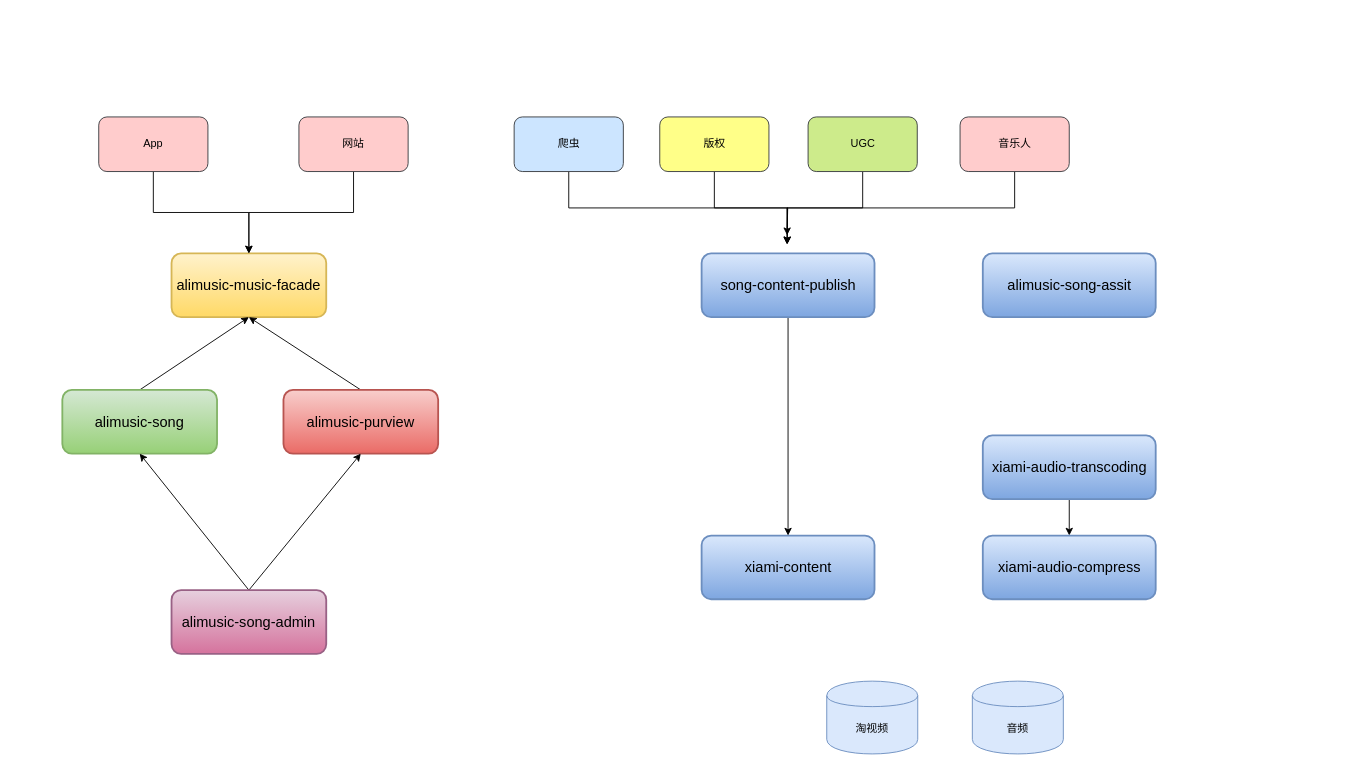
Before: 曲库全新架构.drawio in QuanCong/draw, a draw.io diagram. Source tidied: cells renumbered, new cells numbered last; positions are measured from the earlier drawing's top-left corner, leaving out a move shared by most shapes. Both pictures are drawn from the tidied source at 91%, with x=0, y=0 at pixel (62, 116).
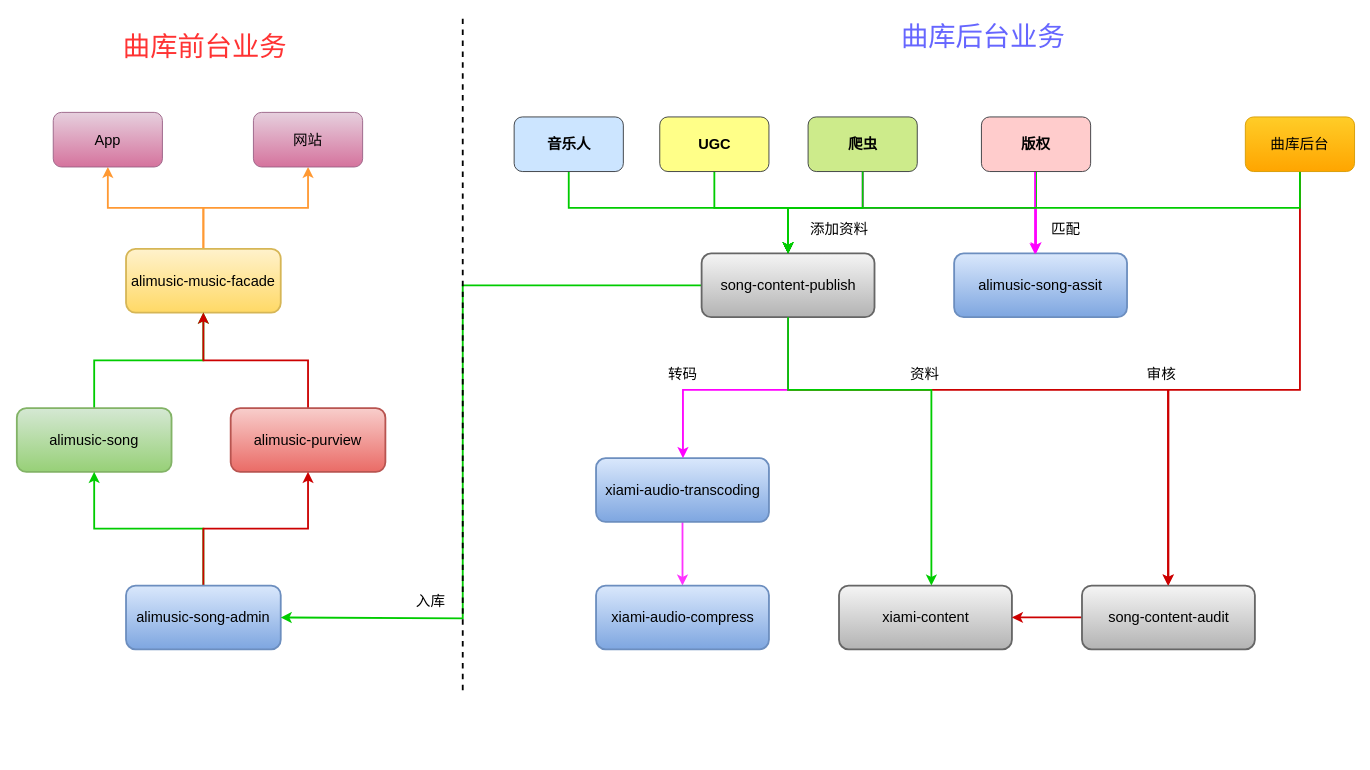
Above is the later version.

Commit message:
Update 曲库全新架构.drawio

Diff of the diagram source:
```diff
@@
+    <mxCell id="31" style="edgeStyle=orthogonalEdgeStyle;rounded=0;jettySize=auto;html=1;exitX=0.5;exitY=1;exitDx=0;exitDy=0;entryX=0.5;entryY=0;entryDx=0;entryDy=0;startArrow=none;startFill=0;strokeColor=#00CC00;strokeWidth=2;fontSize=16;" parent="1" edge="1" source="26" target="18">
+      <mxGeometry relative="1" as="geometry">
+        <Array as="points">
+          <mxPoint x="1070" y="60" />
+          <mxPoint x="1070" y="100" />
+          <mxPoint x="798" y="100" />
+        </Array>
+      </mxGeometry>
+    </mxCell>
+    <mxCell id="32" style="edgeStyle=orthogonalEdgeStyle;rounded=0;jettySize=auto;html=1;exitX=0.5;exitY=0;exitDx=0;exitDy=0;entryX=0.5;entryY=1;entryDx=0;entryDy=0;startArrow=none;startFill=0;strokeColor=#FF9933;strokeWidth=2;fontSize=16;" parent="1" edge="1" source="2" target="28">
+      <mxGeometry relative="1" as="geometry" />
+    </mxCell>
+    <mxCell id="33" style="edgeStyle=orthogonalEdgeStyle;rounded=0;jettySize=auto;html=1;exitX=0.5;exitY=0;exitDx=0;exitDy=0;startArrow=none;startFill=0;strokeColor=#FF9933;strokeWidth=2;fontSize=16;" parent="1" edge="1" source="2" target="30">
+      <mxGeometry relative="1" as="geometry" />
+    </mxCell>
     <mxCell id="2" value="alimusic-music-facade" style="rounded=1;whiteSpace=wrap;html=1;strokeWidth=2;gradientColor=#ffd966;fillColor=#fff2cc;strokeColor=#d6b656;fontSize=16;" parent="1" vertex="1">
-      <mxGeometry x="120" y="150" width="170" height="70" as="geometry" />
+      <mxGeometry x="70" y="145" width="170" height="70" as="geometry" />
     </mxCell>
-    <mxCell id="3" style="edgeStyle=none;rounded=0;jettySize=auto;html=1;exitX=0.5;exitY=0;exitDx=0;exitDy=0;entryX=0.5;entryY=1;entryDx=0;entryDy=0;fontSize=16;" parent="1" edge="1" source="4" target="2">
+    <mxCell id="3" style="edgeStyle=orthogonalEdgeStyle;rounded=0;jettySize=auto;html=1;exitX=0.5;exitY=0;exitDx=0;exitDy=0;entryX=0.5;entryY=1;entryDx=0;entryDy=0;startArrow=none;startFill=0;strokeColor=#00CC00;strokeWidth=2;fontSize=16;" parent="1" edge="1" source="4" target="2">
       <mxGeometry relative="1" as="geometry" />
     </mxCell>
     <mxCell id="4" value="alimusic-song" style="rounded=1;whiteSpace=wrap;html=1;strokeWidth=2;gradientColor=#97d077;fillColor=#d5e8d4;strokeColor=#82b366;fontSize=16;" parent="1" vertex="1">
-      <mxGeometry y="300" width="170" height="70" as="geometry" />
+      <mxGeometry x="-50" y="320" width="170" height="70" as="geometry" />
     </mxCell>
-    <mxCell id="5" style="edgeStyle=none;rounded=0;jettySize=auto;html=1;exitX=0.5;exitY=0;exitDx=0;exitDy=0;fontSize=16;entryX=0.5;entryY=1;entryDx=0;entryDy=0;" parent="1" edge="1" source="6" target="2">
+    <mxCell id="5" style="edgeStyle=orthogonalEdgeStyle;rounded=0;jettySize=auto;html=1;exitX=0.5;exitY=0;exitDx=0;exitDy=0;entryX=0.5;entryY=1;entryDx=0;entryDy=0;startArrow=none;startFill=0;strokeColor=#CC0000;strokeWidth=2;fontSize=16;" parent="1" edge="1" source="6" target="2">
       <mxGeometry relative="1" as="geometry" />
     </mxCell>
     <mxCell id="6" value="alimusic-purview" style="rounded=1;whiteSpace=wrap;html=1;strokeWidth=2;gradientColor=#ea6b66;fillColor=#f8cecc;strokeColor=#b85450;fontSize=16;" parent="1" vertex="1">
-      <mxGeometry x="243" y="300" width="170" height="70" as="geometry" />
+      <mxGeometry x="185" y="320" width="170" height="70" as="geometry" />
     </mxCell>
-    <mxCell id="7" style="edgeStyle=none;rounded=0;jettySize=auto;html=1;exitX=0.5;exitY=0;exitDx=0;exitDy=0;entryX=0.5;entryY=1;entryDx=0;entryDy=0;fontSize=16;" parent="1" edge="1" source="9" target="4">
+    <mxCell id="7" style="edgeStyle=orthogonalEdgeStyle;rounded=0;jettySize=auto;html=1;exitX=0.5;exitY=0;exitDx=0;exitDy=0;entryX=0.5;entryY=1;entryDx=0;entryDy=0;startArrow=none;startFill=0;strokeColor=#00CC00;strokeWidth=2;fontSize=16;" parent="1" edge="1" source="9" target="4">
       <mxGeometry relative="1" as="geometry" />
     </mxCell>
-    <mxCell id="8" style="edgeStyle=none;rounded=0;jettySize=auto;html=1;exitX=0.5;exitY=0;exitDx=0;exitDy=0;entryX=0.5;entryY=1;entryDx=0;entryDy=0;fontSize=16;" parent="1" edge="1" source="9" target="6">
+    <mxCell id="8" style="edgeStyle=orthogonalEdgeStyle;rounded=0;jettySize=auto;html=1;exitX=0.5;exitY=0;exitDx=0;exitDy=0;startArrow=none;startFill=0;strokeColor=#CC0000;strokeWidth=2;fontSize=16;" parent="1" edge="1" source="9" target="6">
       <mxGeometry relative="1" as="geometry" />
     </mxCell>
-    <mxCell id="9" value="alimusic-song-admin" style="rounded=1;whiteSpace=wrap;html=1;strokeWidth=2;gradientColor=#d5739d;fillColor=#e6d0de;strokeColor=#996185;fontSize=16;" parent="1" vertex="1">
-      <mxGeometry x="120" y="520" width="170" height="70" as="geometry" />
+    <mxCell id="9" value="alimusic-song-admin" style="rounded=1;whiteSpace=wrap;html=1;strokeWidth=2;gradientColor=#7ea6e0;fillColor=#dae8fc;strokeColor=#6c8ebf;fontSize=16;" parent="1" vertex="1">
+      <mxGeometry x="70" y="515" width="170" height="70" as="geometry" />
     </mxCell>
     <mxCell id="10" value="alimusic-song-assit" style="rounded=1;whiteSpace=wrap;html=1;strokeWidth=2;gradientColor=#7ea6e0;fillColor=#dae8fc;strokeColor=#6c8ebf;fontSize=16;" parent="1" vertex="1">
-      <mxGeometry x="1011.5" y="150" width="190" height="70" as="geometry" />
+      <mxGeometry x="980" y="150" width="190" height="70" as="geometry" />
     </mxCell>
-    <mxCell id="11" style="edgeStyle=none;rounded=0;jettySize=auto;html=1;fontSize=16;" parent="1" edge="1" source="12" target="13">
+    <mxCell id="11" style="edgeStyle=none;rounded=0;jettySize=auto;html=1;fontSize=16;strokeColor=#FF33FF;strokeWidth=2;" parent="1" edge="1" source="12" target="13">
       <mxGeometry relative="1" as="geometry" />
     </mxCell>
     <mxCell id="12" value="xiami-audio-transcoding" style="rounded=1;whiteSpace=wrap;html=1;strokeWidth=2;gradientColor=#7ea6e0;fillColor=#dae8fc;strokeColor=#6c8ebf;fontSize=16;" parent="1" vertex="1">
-      <mxGeometry x="1011.5" y="350" width="190" height="70" as="geometry" />
+      <mxGeometry x="586.5" y="375" width="190" height="70" as="geometry" />
     </mxCell>
     <mxCell id="13" value="xiami-audio-compress" style="rounded=1;whiteSpace=wrap;html=1;strokeWidth=2;gradientColor=#7ea6e0;fillColor=#dae8fc;strokeColor=#6c8ebf;fontSize=16;" parent="1" vertex="1">
-      <mxGeometry x="1011.5" y="460" width="190" height="70" as="geometry" />
+      <mxGeometry x="586.5" y="515" width="190" height="70" as="geometry" />
     </mxCell>
-    <mxCell id="14" value="xiami-content" style="rounded=1;whiteSpace=wrap;html=1;strokeWidth=2;gradientColor=#7ea6e0;fillColor=#dae8fc;strokeColor=#6c8ebf;fontSize=16;" parent="1" vertex="1">
-      <mxGeometry x="702.5" y="460" width="190" height="70" as="geometry" />
+    <mxCell id="14" value="xiami-content" style="rounded=1;whiteSpace=wrap;html=1;strokeWidth=2;gradientColor=#b3b3b3;fillColor=#f5f5f5;strokeColor=#666666;fontSize=16;" parent="1" vertex="1">
+      <mxGeometry x="853.5" y="515" width="190" height="70" as="geometry" />
     </mxCell>
-    <mxCell id="15" value="淘视频" style="shape=cylinder;whiteSpace=wrap;html=1;boundedLbl=1;backgroundOutline=1;fillColor=#dae8fc;strokeColor=#6c8ebf;" parent="1" vertex="1">
-      <mxGeometry x="840" y="620" width="100" height="80" as="geometry" />
-    </mxCell>
-    <mxCell id="16" value="音频" style="shape=cylinder;whiteSpace=wrap;html=1;boundedLbl=1;backgroundOutline=1;fillColor=#dae8fc;strokeColor=#6c8ebf;" parent="1" vertex="1">
-      <mxGeometry x="1000" y="620" width="100" height="80" as="geometry" />
-    </mxCell>
+    <mxCell id="34" style="edgeStyle=orthogonalEdgeStyle;rounded=0;jettySize=auto;html=1;entryX=1;entryY=0.5;entryDx=0;entryDy=0;fontSize=16;strokeColor=#00CC00;strokeWidth=2;" parent="1" edge="1" source="18" target="9">
+      <mxGeometry relative="1" as="geometry">
+        <Array as="points">
+          <mxPoint x="440" y="185" />
+          <mxPoint x="440" y="551" />
+        </Array>
+      </mxGeometry>
+    </mxCell>
+    <mxCell id="35" style="edgeStyle=orthogonalEdgeStyle;rounded=0;jettySize=auto;html=1;exitX=0.5;exitY=1;exitDx=0;exitDy=0;startArrow=none;startFill=0;strokeColor=#CC0000;fontSize=16;strokeWidth=2;" parent="1" edge="1" source="18" target="43">
+      <mxGeometry relative="1" as="geometry">
+        <Array as="points">
+          <mxPoint x="798" y="300" />
+          <mxPoint x="1215" y="300" />
+        </Array>
+      </mxGeometry>
+    </mxCell>
+    <mxCell id="36" style="edgeStyle=orthogonalEdgeStyle;rounded=0;jettySize=auto;html=1;exitX=0.5;exitY=1;exitDx=0;exitDy=0;startArrow=none;startFill=0;strokeColor=#FF00FF;fontSize=16;strokeWidth=2;" parent="1" edge="1" source="18" target="12">
+      <mxGeometry relative="1" as="geometry">
+        <Array as="points">
+          <mxPoint x="798" y="300" />
+          <mxPoint x="682" y="300" />
+        </Array>
+      </mxGeometry>
+    </mxCell>
+    <mxCell id="18" value="song-content-publish" style="rounded=1;whiteSpace=wrap;html=1;strokeWidth=2;gradientColor=#b3b3b3;fillColor=#f5f5f5;strokeColor=#666666;fontSize=16;" parent="1" vertex="1">
+      <mxGeometry x="702.5" y="150" width="190" height="70" as="geometry" />
+    </mxCell>
+    <mxCell id="37" style="edgeStyle=orthogonalEdgeStyle;rounded=0;jettySize=auto;html=1;exitX=0.5;exitY=1;exitDx=0;exitDy=0;entryX=0.5;entryY=0;entryDx=0;entryDy=0;startArrow=none;startFill=0;fontSize=16;strokeColor=#00CC00;strokeWidth=2;" parent="1" edge="1" source="20" target="18">
+      <mxGeometry relative="1" as="geometry">
+        <Array as="points">
+          <mxPoint x="557" y="100" />
+          <mxPoint x="798" y="100" />
+        </Array>
+      </mxGeometry>
+    </mxCell>
+    <mxCell id="20" value="音乐人" style="rounded=1;whiteSpace=wrap;html=1;fillColor=#cce5ff;strokeColor=#36393d;fontSize=16;fontStyle=1;" parent="1" vertex="1">
+      <mxGeometry x="496.5" width="120" height="60" as="geometry" />
+    </mxCell>
+    <mxCell id="38" style="edgeStyle=orthogonalEdgeStyle;rounded=0;jettySize=auto;html=1;exitX=0.5;exitY=1;exitDx=0;exitDy=0;entryX=0.5;entryY=0;entryDx=0;entryDy=0;startArrow=none;startFill=0;fontSize=16;strokeColor=#00CC00;strokeWidth=2;" parent="1" edge="1" source="22" target="18">
+      <mxGeometry relative="1" as="geometry">
+        <Array as="points">
+          <mxPoint x="717" y="100" />
+          <mxPoint x="798" y="100" />
+        </Array>
+      </mxGeometry>
+    </mxCell>
+    <mxCell id="22" value="UGC" style="rounded=1;whiteSpace=wrap;html=1;fillColor=#ffff88;strokeColor=#36393d;fontSize=16;fontStyle=1;" parent="1" vertex="1">
+      <mxGeometry x="656.5" width="120" height="60" as="geometry" />
+    </mxCell>
+    <mxCell id="39" style="edgeStyle=orthogonalEdgeStyle;rounded=0;jettySize=auto;html=1;exitX=0.5;exitY=1;exitDx=0;exitDy=0;entryX=0.5;entryY=0;entryDx=0;entryDy=0;startArrow=none;startFill=0;fontSize=16;" parent="1" edge="1" source="24" target="18">
+      <mxGeometry relative="1" as="geometry">
+        <Array as="points">
+          <mxPoint x="880" y="100" />
+          <mxPoint x="798" y="100" />
+        </Array>
+      </mxGeometry>
+    </mxCell>
+    <mxCell id="40" style="edgeStyle=orthogonalEdgeStyle;rounded=0;jettySize=auto;html=1;exitX=0.5;exitY=1;exitDx=0;exitDy=0;startArrow=none;startFill=0;strokeColor=#FF00FF;strokeWidth=2;fontSize=16;" parent="1" edge="1" source="24">
+      <mxGeometry relative="1" as="geometry">
+        <mxPoint x="1070" y="150" as="targetPoint" />
+        <Array as="points">
+          <mxPoint x="880" y="100" />
+          <mxPoint x="1070" y="100" />
+        </Array>
+      </mxGeometry>
+    </mxCell>
+    <mxCell id="24" value="爬虫" style="rounded=1;whiteSpace=wrap;html=1;fillColor=#cdeb8b;strokeColor=#36393d;fontSize=16;fontStyle=1;" parent="1" vertex="1">
+      <mxGeometry x="819.5" width="120" height="60" as="geometry" />
+    </mxCell>
+    <mxCell id="41" style="edgeStyle=orthogonalEdgeStyle;rounded=0;jettySize=auto;html=1;exitX=0.5;exitY=1;exitDx=0;exitDy=0;entryX=0.468;entryY=0.014;entryDx=0;entryDy=0;entryPerimeter=0;startArrow=none;startFill=0;strokeColor=#FF00FF;strokeWidth=2;fontSize=16;" parent="1" edge="1" source="26" target="10">
+      <mxGeometry relative="1" as="geometry">
+        <Array as="points">
+          <mxPoint x="1069" y="60" />
+        </Array>
+      </mxGeometry>
+    </mxCell>
+    <mxCell id="26" value="版权" style="rounded=1;whiteSpace=wrap;html=1;fillColor=#ffcccc;strokeColor=#36393d;fontSize=16;fontStyle=1;" parent="1" vertex="1">
+      <mxGeometry x="1010" width="120" height="60" as="geometry" />
+    </mxCell>
+    <mxCell id="28" value="&lt;font style=&quot;font-size: 16px;&quot;&gt;App&lt;/font&gt;" style="rounded=1;whiteSpace=wrap;html=1;fillColor=#e6d0de;strokeColor=#996185;fontSize=16;gradientColor=#d5739d;" parent="1" vertex="1">
+      <mxGeometry x="-10" y="-5" width="120" height="60" as="geometry" />
+    </mxCell>
+    <mxCell id="30" value="网站" style="rounded=1;whiteSpace=wrap;html=1;fillColor=#e6d0de;strokeColor=#996185;fontSize=16;gradientColor=#d5739d;" parent="1" vertex="1">
+      <mxGeometry x="210" y="-5" width="120" height="60" as="geometry" />
+    </mxCell>
+    <mxCell id="42" style="edgeStyle=orthogonalEdgeStyle;rounded=0;jettySize=auto;html=1;startArrow=none;startFill=0;strokeColor=#CC0000;strokeWidth=2;fontSize=16;fontColor=#FFFFFF;" parent="1" edge="1" source="43" target="14">
+      <mxGeometry relative="1" as="geometry" />
+    </mxCell>
+    <mxCell id="43" value="song-content-audit" style="rounded=1;whiteSpace=wrap;html=1;strokeWidth=2;gradientColor=#b3b3b3;fillColor=#f5f5f5;strokeColor=#666666;fontSize=16;" parent="1" vertex="1">
+      <mxGeometry x="1120.5" y="515" width="190" height="70" as="geometry" />
+    </mxCell>
+    <mxCell id="44" style="edgeStyle=orthogonalEdgeStyle;rounded=0;jettySize=auto;html=1;exitX=0.5;exitY=1;exitDx=0;exitDy=0;entryX=0.5;entryY=0;entryDx=0;entryDy=0;startArrow=none;startFill=0;strokeColor=#CC0000;fontSize=16;strokeWidth=2;" parent="1" edge="1" source="46" target="43">
+      <mxGeometry relative="1" as="geometry">
+        <Array as="points">
+          <mxPoint x="1360" y="300" />
+          <mxPoint x="1215" y="300" />
+        </Array>
+      </mxGeometry>
+    </mxCell>
+    <mxCell id="45" style="edgeStyle=orthogonalEdgeStyle;rounded=0;jettySize=auto;html=1;entryX=0.5;entryY=0;entryDx=0;entryDy=0;startArrow=none;startFill=0;strokeColor=#00CC00;fontSize=16;strokeWidth=2;" parent="1" edge="1" source="46" target="18">
+      <mxGeometry relative="1" as="geometry">
+        <Array as="points">
+          <mxPoint x="1360" y="100" />
+          <mxPoint x="798" y="100" />
+        </Array>
+      </mxGeometry>
+    </mxCell>
+    <mxCell id="46" value="曲库后台" style="rounded=1;whiteSpace=wrap;html=1;fillColor=#ffcd28;strokeColor=#d79b00;gradientColor=#ffa500;fontSize=16;fontColor=#000000;" parent="1" vertex="1">
+      <mxGeometry x="1300" width="120" height="60" as="geometry" />
+    </mxCell>
-    <mxCell id="17" style="edgeStyle=orthogonalEdgeStyle;rounded=0;jettySize=auto;html=1;exitX=0.5;exitY=1;exitDx=0;exitDy=0;entryX=0.5;entryY=0;entryDx=0;entryDy=0;fontSize=16;" parent="1" edge="1" source="18" target="14">
-      <mxGeometry relative="1" as="geometry" />
+    <mxCell id="17" style="edgeStyle=orthogonalEdgeStyle;rounded=0;jettySize=auto;html=1;exitX=0.5;exitY=1;exitDx=0;exitDy=0;startArrow=none;startFill=0;strokeColor=#00CC00;fontSize=16;strokeWidth=2;" parent="1" edge="1" source="18" target="14">
+      <mxGeometry relative="1" as="geometry">
+        <Array as="points">
+          <mxPoint x="798" y="300" />
+          <mxPoint x="955" y="300" />
+        </Array>
+      </mxGeometry>
     </mxCell>
-    <mxCell id="18" value="song-content-publish" style="rounded=1;whiteSpace=wrap;html=1;strokeWidth=2;gradientColor=#7ea6e0;fillColor=#dae8fc;strokeColor=#6c8ebf;fontSize=16;" parent="1" vertex="1">
-      <mxGeometry x="702.5" y="150" width="190" height="70" as="geometry" />
-    </mxCell>
-    <mxCell id="19" style="edgeStyle=orthogonalEdgeStyle;rounded=0;jettySize=auto;html=1;exitX=0.5;exitY=1;exitDx=0;exitDy=0;entryX=0.5;entryY=0;entryDx=0;entryDy=0;fontSize=16;" parent="1" edge="1" source="20">
-      <mxGeometry relative="1" as="geometry">
-        <mxPoint x="796.5" y="140" as="targetPoint" />
-      </mxGeometry>
-    </mxCell>
-    <mxCell id="20" value="爬虫" style="rounded=1;whiteSpace=wrap;html=1;fillColor=#cce5ff;strokeColor=#36393d;" parent="1" vertex="1">
-      <mxGeometry x="496.5" width="120" height="60" as="geometry" />
-    </mxCell>
-    <mxCell id="21" style="edgeStyle=orthogonalEdgeStyle;rounded=0;jettySize=auto;html=1;exitX=0.5;exitY=1;exitDx=0;exitDy=0;entryX=0.5;entryY=0;entryDx=0;entryDy=0;fontSize=16;" parent="1" edge="1" source="22">
-      <mxGeometry relative="1" as="geometry">
-        <mxPoint x="796.5" y="140" as="targetPoint" />
-      </mxGeometry>
-    </mxCell>
-    <mxCell id="22" value="版权" style="rounded=1;whiteSpace=wrap;html=1;fillColor=#ffff88;strokeColor=#36393d;" parent="1" vertex="1">
-      <mxGeometry x="656.5" width="120" height="60" as="geometry" />
-    </mxCell>
-    <mxCell id="23" style="edgeStyle=orthogonalEdgeStyle;rounded=0;jettySize=auto;html=1;fontSize=16;exitX=0.5;exitY=1;exitDx=0;exitDy=0;" parent="1" edge="1" source="24">
-      <mxGeometry relative="1" as="geometry">
-        <mxPoint x="796.5" y="130" as="targetPoint" />
-        <Array as="points">
-          <mxPoint x="879.5" y="100" />
-          <mxPoint x="796.5" y="100" />
-        </Array>
-      </mxGeometry>
-    </mxCell>
-    <mxCell id="24" value="UGC" style="rounded=1;whiteSpace=wrap;html=1;fillColor=#cdeb8b;strokeColor=#36393d;" parent="1" vertex="1">
-      <mxGeometry x="819.5" width="120" height="60" as="geometry" />
-    </mxCell>
-    <mxCell id="25" style="edgeStyle=orthogonalEdgeStyle;rounded=0;jettySize=auto;html=1;exitX=0.5;exitY=1;exitDx=0;exitDy=0;entryX=0.5;entryY=0;entryDx=0;entryDy=0;fontSize=16;" parent="1" edge="1" source="26">
-      <mxGeometry relative="1" as="geometry">
-        <mxPoint x="796.5" y="140" as="targetPoint" />
-        <Array as="points">
-          <mxPoint x="1046.5" y="100" />
-          <mxPoint x="796.5" y="100" />
-        </Array>
-      </mxGeometry>
-    </mxCell>
-    <mxCell id="26" value="音乐人" style="rounded=1;whiteSpace=wrap;html=1;fillColor=#ffcccc;strokeColor=#36393d;" parent="1" vertex="1">
-      <mxGeometry x="986.5" width="120" height="60" as="geometry" />
-    </mxCell>
-    <mxCell id="27" style="edgeStyle=orthogonalEdgeStyle;rounded=0;jettySize=auto;html=1;exitX=0.5;exitY=1;exitDx=0;exitDy=0;fontSize=16;" parent="1" edge="1" source="28" target="2">
-      <mxGeometry relative="1" as="geometry" />
-    </mxCell>
-    <mxCell id="28" value="App" style="rounded=1;whiteSpace=wrap;html=1;fillColor=#ffcccc;strokeColor=#36393d;" parent="1" vertex="1">
-      <mxGeometry x="40" width="120" height="60" as="geometry" />
-    </mxCell>
-    <mxCell id="29" style="edgeStyle=orthogonalEdgeStyle;rounded=0;jettySize=auto;html=1;exitX=0.5;exitY=1;exitDx=0;exitDy=0;entryX=0.5;entryY=0;entryDx=0;entryDy=0;fontSize=16;" parent="1" edge="1" source="30" target="2">
-      <mxGeometry relative="1" as="geometry" />
-    </mxCell>
-    <mxCell id="30" value="网站" style="rounded=1;whiteSpace=wrap;html=1;fillColor=#ffcccc;strokeColor=#36393d;" parent="1" vertex="1">
-      <mxGeometry x="260" width="120" height="60" as="geometry" />
-    </mxCell>
+    <mxCell id="47" style="edgeStyle=orthogonalEdgeStyle;rounded=0;jettySize=auto;html=1;exitX=0.5;exitY=1;exitDx=0;exitDy=0;entryX=0.5;entryY=0;entryDx=0;entryDy=0;startArrow=none;startFill=0;strokeColor=#00CC00;strokeWidth=2;fontSize=16;" parent="1" edge="1" source="24" target="18">
+      <mxGeometry relative="1" as="geometry">
+        <Array as="points">
+          <mxPoint x="880" y="100" />
+          <mxPoint x="798" y="100" />
+        </Array>
+      </mxGeometry>
+    </mxCell>
+    <mxCell id="48" value="审核" style="text;html=1;align=left;verticalAlign=top;spacingTop=-4;fontSize=16;strokeWidth=3;" parent="1" vertex="1">
+      <mxGeometry x="1190" y="270" width="50" height="20" as="geometry" />
+    </mxCell>
+    <mxCell id="49" value="匹配" style="text;html=1;align=left;verticalAlign=top;spacingTop=-4;fontSize=16;" parent="1" vertex="1">
+      <mxGeometry x="1085" y="111" width="50" height="20" as="geometry" />
+    </mxCell>
+    <mxCell id="50" value="添加资料" style="text;html=1;align=left;verticalAlign=top;spacingTop=-4;fontSize=16;" parent="1" vertex="1">
+      <mxGeometry x="819.5" y="111" width="80" height="20" as="geometry" />
+    </mxCell>
+    <mxCell id="51" value="入库" style="text;html=1;align=left;verticalAlign=top;spacingTop=-4;fontSize=16;" parent="1" vertex="1">
+      <mxGeometry x="387" y="520" width="50" height="20" as="geometry" />
+    </mxCell>
+    <mxCell id="52" value="资料" style="text;html=1;align=left;verticalAlign=top;spacingTop=-4;fontSize=16;strokeWidth=3;" parent="1" vertex="1">
+      <mxGeometry x="930" y="270" width="50" height="20" as="geometry" />
+    </mxCell>
+    <mxCell id="53" value="转码" style="text;html=1;align=left;verticalAlign=top;spacingTop=-4;fontSize=16;strokeWidth=3;" parent="1" vertex="1">
+      <mxGeometry x="663.5" y="270" width="50" height="20" as="geometry" />
+    </mxCell>
+    <mxCell id="54" style="endArrow=none;dashed=1;html=1;strokeColor=#000000;strokeWidth=2;fontSize=16;fontColor=#000000;" parent="1" edge="1">
+      <mxGeometry relative="1" as="geometry">
+        <mxPoint x="440" y="630" as="sourcePoint" />
+        <mxPoint x="440" y="-110" as="targetPoint" />
+      </mxGeometry>
+    </mxCell>
+    <mxCell id="55" value="曲库前台业务" style="text;html=1;align=left;verticalAlign=top;spacingTop=-4;fontSize=30;fontColor=#FF3333;" parent="1" vertex="1">
+      <mxGeometry x="65" y="-98" width="110" height="20" as="geometry" />
+    </mxCell>
+    <mxCell id="56" value="曲库后台业务" style="text;html=1;align=left;verticalAlign=top;spacingTop=-4;fontSize=30;fontColor=#6666FF;" parent="1" vertex="1">
+      <mxGeometry x="920" y="-108" width="200" height="40" as="geometry" />
+    </mxCell>
```
